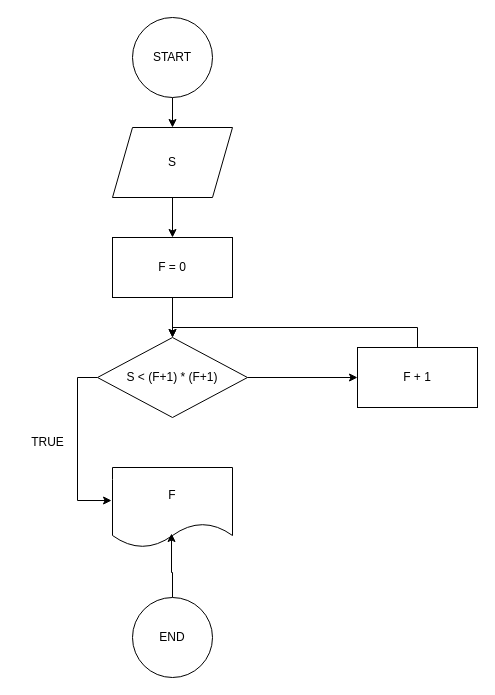
This is pyramid floor calculator.drawio from uthmanigbin/university-work, a draw.io file, before an edit. Source tidied: cells renumbered, new cells numbered last; positions are measured from the earlier drawing's top-left corner, leaving out a move shared by most shapes. Both pictures are drawn from the tidied source at 100%, with x=0, y=0 at pixel (17, 17).
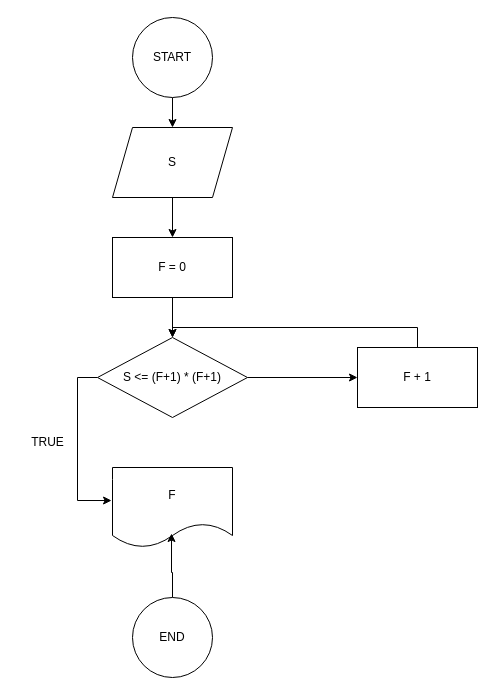
Above is the later version.

Change to the diagram source:
```diff
@@
 <mxGraphModel>
   <root>
     <mxCell id="0" />
     <mxCell id="1" parent="0" />
     <mxCell id="2" style="edgeStyle=orthogonalEdgeStyle;rounded=0;jettySize=auto;html=1;exitX=0.5;exitY=1;exitDx=0;exitDy=0;entryX=0.5;entryY=0;entryDx=0;entryDy=0;" parent="1" edge="1" source="3" target="5">
       <mxGeometry relative="1" as="geometry" />
     </mxCell>
     <mxCell id="3" value="START" style="ellipse;whiteSpace=wrap;html=1;" parent="1" vertex="1">
       <mxGeometry x="115" width="80" height="80" as="geometry" />
     </mxCell>
     <mxCell id="4" style="edgeStyle=orthogonalEdgeStyle;rounded=0;jettySize=auto;html=1;exitX=0.5;exitY=1;exitDx=0;exitDy=0;entryX=0.5;entryY=0;entryDx=0;entryDy=0;" parent="1" edge="1" source="5" target="7">
       <mxGeometry relative="1" as="geometry" />
     </mxCell>
     <mxCell id="5" value="S" style="shape=parallelogram;perimeter=parallelogramPerimeter;whiteSpace=wrap;html=1;fixedSize=1;" parent="1" vertex="1">
       <mxGeometry x="95" y="110" width="120" height="70" as="geometry" />
     </mxCell>
     <mxCell id="6" style="edgeStyle=orthogonalEdgeStyle;rounded=0;jettySize=auto;html=1;exitX=0.5;exitY=1;exitDx=0;exitDy=0;" parent="1" edge="1" source="7" target="10">
       <mxGeometry relative="1" as="geometry" />
     </mxCell>
     <mxCell id="7" value="F = 0" style="rounded=0;whiteSpace=wrap;html=1;" parent="1" vertex="1">
       <mxGeometry x="95" y="220" width="120" height="60" as="geometry" />
     </mxCell>
     <mxCell id="8" style="edgeStyle=orthogonalEdgeStyle;rounded=0;jettySize=auto;html=1;exitX=0;exitY=0.5;exitDx=0;exitDy=0;entryX=-0.008;entryY=0.413;entryDx=0;entryDy=0;entryPerimeter=0;" parent="1" edge="1" source="10" target="11">
       <mxGeometry relative="1" as="geometry" />
     </mxCell>
     <mxCell id="9" style="edgeStyle=orthogonalEdgeStyle;rounded=0;jettySize=auto;html=1;exitX=1;exitY=0.5;exitDx=0;exitDy=0;" parent="1" edge="1" source="10" target="14">
       <mxGeometry relative="1" as="geometry" />
     </mxCell>
-    <mxCell id="10" value="S &amp;lt; (F+1) * (F+1)" style="rhombus;whiteSpace=wrap;html=1;" parent="1" vertex="1">
+    <mxCell id="10" value="S &amp;lt;= (F+1) * (F+1)" style="rhombus;whiteSpace=wrap;html=1;" parent="1" vertex="1">
       <mxGeometry x="80" y="320" width="150" height="80" as="geometry" />
     </mxCell>
     <mxCell id="11" value="F" style="shape=document;whiteSpace=wrap;html=1;boundedLbl=1;" parent="1" vertex="1">
       <mxGeometry x="95" y="450" width="120" height="80" as="geometry" />
     </mxCell>
     <mxCell id="12" value="TRUE" style="text;html=1;align=center;verticalAlign=middle;strokeColor=none;fillColor=none;" parent="1" vertex="1">
       <mxGeometry y="410" width="60" height="30" as="geometry" />
     </mxCell>
     <mxCell id="13" style="edgeStyle=orthogonalEdgeStyle;rounded=0;jettySize=auto;html=1;exitX=0.5;exitY=0;exitDx=0;exitDy=0;entryX=0.5;entryY=0;entryDx=0;entryDy=0;" parent="1" edge="1" source="14" target="10">
       <mxGeometry relative="1" as="geometry" />
     </mxCell>
     <mxCell id="14" value="F + 1" style="rounded=0;whiteSpace=wrap;html=1;" parent="1" vertex="1">
       <mxGeometry x="340" y="330" width="120" height="60" as="geometry" />
     </mxCell>
     <mxCell id="15" style="edgeStyle=orthogonalEdgeStyle;rounded=0;jettySize=auto;html=1;exitX=0.5;exitY=0;exitDx=0;exitDy=0;entryX=0.492;entryY=0.825;entryDx=0;entryDy=0;entryPerimeter=0;" parent="1" edge="1" source="16" target="11">
       <mxGeometry relative="1" as="geometry" />
     </mxCell>
     <mxCell id="16" value="END" style="ellipse;whiteSpace=wrap;html=1;" parent="1" vertex="1">
       <mxGeometry x="115" y="580" width="80" height="80" as="geometry" />
     </mxCell>
   </root>
 </mxGraphModel>
```
